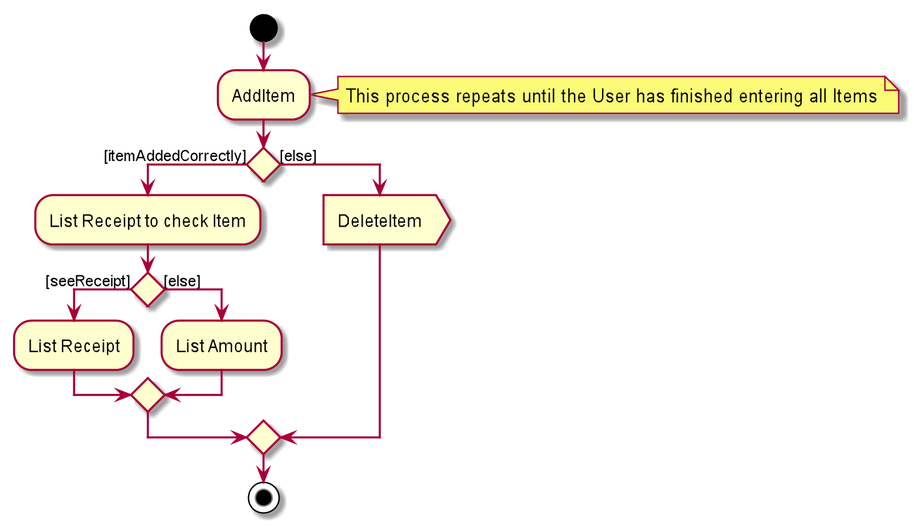
The PlantUML diagram images/ExpenseSplitterActivityDiagram.png in AY1920S2-CS2103T-W13-1/main, before a commit. The source it was exported from:
```plantuml
@startuml
start
:AddItem;
note right: This process repeats until the User has finished entering all Items

if () then ([itemAddedCorrectly])
  :List Receipt to check Item;


  if () then ([seeReceipt])
    :List Receipt;
  else ([else])
    :List Amount;
  endif

else ([else])
  :DeleteItem>
endif
stop


@enduml
```
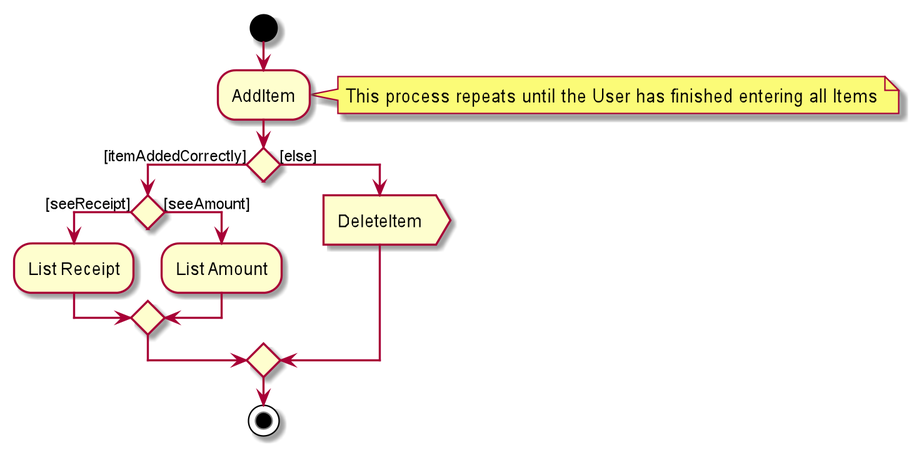
The same diagram one commit later.

Change to the diagram source:
```diff
@@ -4,15 +4,12 @@
 note right: This process repeats until the User has finished entering all Items
 
 if () then ([itemAddedCorrectly])
-  :List Receipt to check Item;
-
 
   if () then ([seeReceipt])
     :List Receipt;
-  else ([else])
+  else ([seeAmount])
     :List Amount;
   endif
-
 else ([else])
   :DeleteItem>
 endif
```
